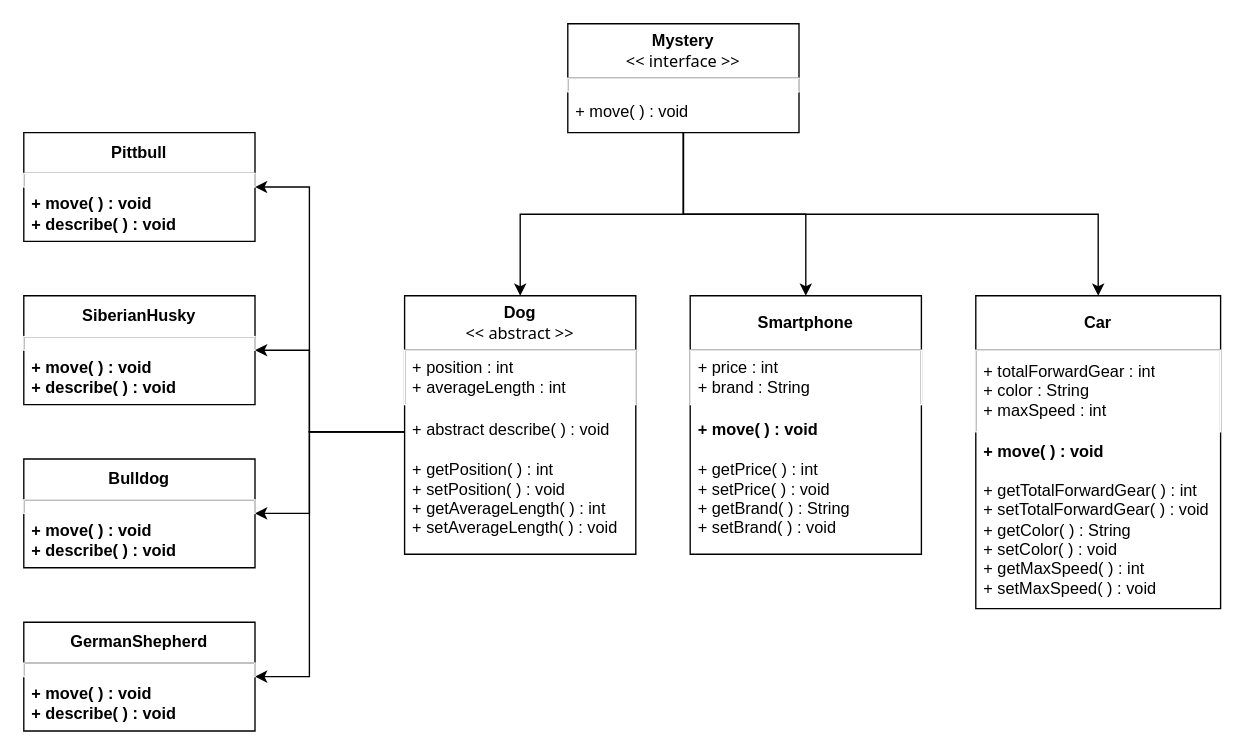
This is Tugas_LAB_PBO/TP_6/Task3_DiagramClass.drawio from CSE-9124/CSE_PBO, a draw.io file, before an edit. Source tidied: cells renumbered, new cells numbered last; positions are measured from the earlier drawing's top-left corner, leaving out a move shared by most shapes. Both pictures are drawn from the tidied source at 136%, with x=0, y=0 at pixel (23, 23).
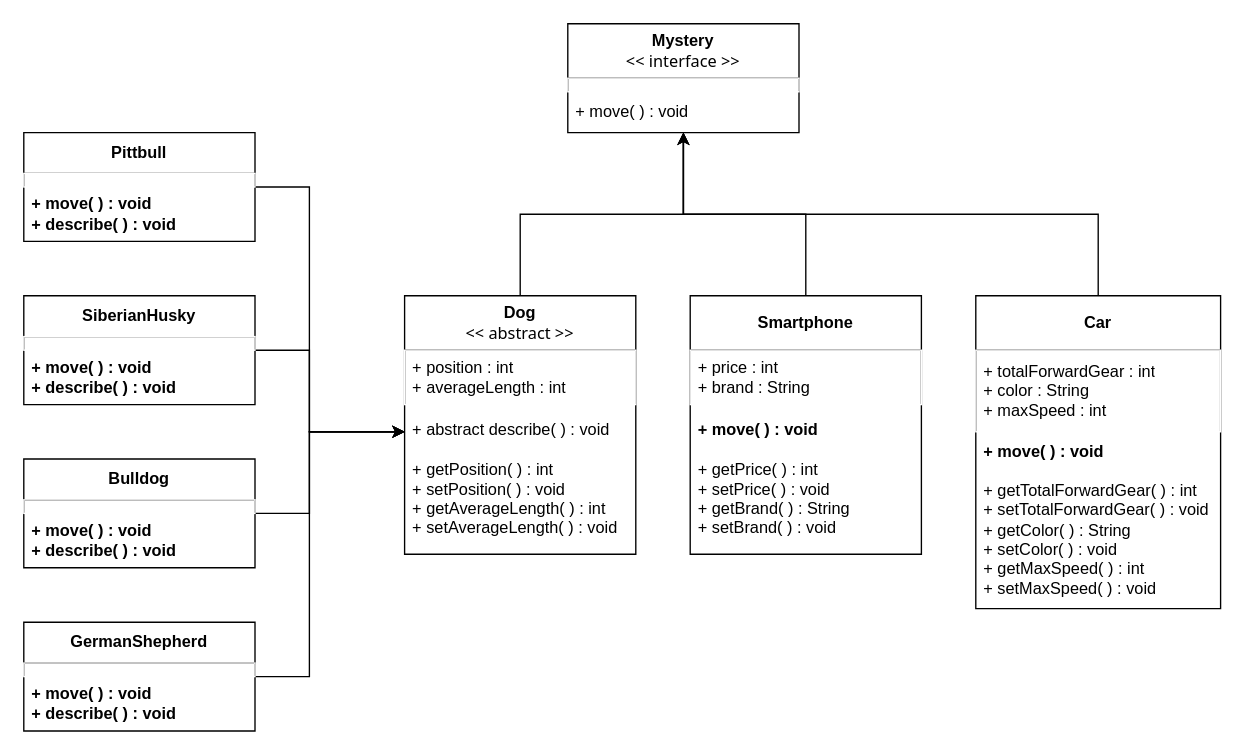
Above is the later version.

Commit message (it also covers changes not shown here):
Done Task Praktikum 6

The change refers to these unchanged cells:
```xml
<mxCell id="6" value="&lt;b&gt;Dog&lt;/b&gt;&lt;div&gt;&lt;font face=&quot;Tahoma&quot;&gt;&amp;lt;&amp;lt; abstract &amp;gt;&amp;gt;&lt;/font&gt;&lt;/div&gt;" style="swimlane;fontStyle=0;horizontal=1;startSize=40;whiteSpace=wrap;html=1;" parent="1" vertex="1">
  <mxGeometry x="280" y="200" width="170" height="190" as="geometry" />
</mxCell>
<mxCell id="9" value="&lt;b&gt;Pittbull&lt;/b&gt;" style="swimlane;fontStyle=0;horizontal=1;startSize=30;whiteSpace=wrap;html=1;" parent="1" vertex="1">
  <mxGeometry y="80" width="170" height="80" as="geometry" />
</mxCell>
<mxCell id="12" value="&lt;b&gt;SiberianHusky&lt;/b&gt;" style="swimlane;fontStyle=0;horizontal=1;startSize=30;whiteSpace=wrap;html=1;" parent="1" vertex="1">
  <mxGeometry y="200" width="170" height="80" as="geometry" />
</mxCell>
<mxCell id="15" value="&lt;b&gt;Bulldog&lt;/b&gt;" style="swimlane;fontStyle=0;horizontal=1;startSize=30;whiteSpace=wrap;html=1;" parent="1" vertex="1">
  <mxGeometry y="320" width="170" height="80" as="geometry" />
</mxCell>
<mxCell id="18" value="&lt;b&gt;GermanShepherd&lt;/b&gt;" style="swimlane;fontStyle=0;horizontal=1;startSize=30;whiteSpace=wrap;html=1;" parent="1" vertex="1">
  <mxGeometry y="440" width="170" height="80" as="geometry" />
</mxCell>
<mxCell id="21" value="&lt;b&gt;Smartphone&lt;/b&gt;" style="swimlane;fontStyle=0;horizontal=1;startSize=40;whiteSpace=wrap;html=1;" parent="1" vertex="1">
  <mxGeometry x="490" y="200" width="170" height="190" as="geometry" />
</mxCell>
<mxCell id="24" value="&lt;b&gt;Car&lt;/b&gt;" style="swimlane;fontStyle=0;horizontal=1;startSize=40;whiteSpace=wrap;html=1;" parent="1" vertex="1">
  <mxGeometry x="700" y="200" width="180" height="230" as="geometry" />
</mxCell>
<mxCell id="30" value="&lt;b&gt;Mystery&lt;/b&gt;&lt;div&gt;&lt;font face=&quot;Tahoma&quot;&gt;&amp;lt;&amp;lt; interface &amp;gt;&amp;gt;&lt;/font&gt;&lt;/div&gt;" style="swimlane;fontStyle=0;horizontal=1;startSize=40;whiteSpace=wrap;html=1;" parent="1" vertex="1">
  <mxGeometry x="400" width="170" height="80" as="geometry" />
</mxCell>
```

What changed in the source:
```diff
@@
-    <mxCell id="2" style="edgeStyle=orthogonalEdgeStyle;rounded=0;jettySize=auto;html=1;" parent="1" edge="1" source="6" target="9">
-      <mxGeometry relative="1" as="geometry">
-        <Array as="points">
-          <mxPoint x="210" y="300" />
-          <mxPoint x="210" y="120" />
-        </Array>
-      </mxGeometry>
-    </mxCell>
-    <mxCell id="3" style="edgeStyle=orthogonalEdgeStyle;rounded=0;jettySize=auto;html=1;" parent="1" edge="1" source="6" target="12">
-      <mxGeometry relative="1" as="geometry">
-        <Array as="points">
-          <mxPoint x="210" y="300" />
-          <mxPoint x="210" y="240" />
-        </Array>
-      </mxGeometry>
-    </mxCell>
-    <mxCell id="4" style="edgeStyle=orthogonalEdgeStyle;rounded=0;jettySize=auto;html=1;" parent="1" edge="1" source="6" target="15">
-      <mxGeometry relative="1" as="geometry">
-        <Array as="points">
-          <mxPoint x="210" y="300" />
-          <mxPoint x="210" y="360" />
-        </Array>
-      </mxGeometry>
-    </mxCell>
-    <mxCell id="5" style="edgeStyle=orthogonalEdgeStyle;rounded=0;jettySize=auto;html=1;" parent="1" edge="1" source="6" target="18">
-      <mxGeometry relative="1" as="geometry">
-        <Array as="points">
-          <mxPoint x="210" y="300" />
-          <mxPoint x="210" y="480" />
-        </Array>
-      </mxGeometry>
-    </mxCell>
+    <mxCell id="33" style="edgeStyle=orthogonalEdgeStyle;rounded=0;jettySize=auto;html=1;" parent="1" edge="1" source="6" target="30">
+      <mxGeometry relative="1" as="geometry" />
+    </mxCell>
@@
+    <mxCell id="34" style="edgeStyle=orthogonalEdgeStyle;rounded=0;jettySize=auto;html=1;" parent="1" edge="1" source="9" target="6">
+      <mxGeometry relative="1" as="geometry">
+        <Array as="points">
+          <mxPoint x="210" y="120" />
+          <mxPoint x="210" y="300" />
+        </Array>
+      </mxGeometry>
+    </mxCell>
@@
+    <mxCell id="35" style="edgeStyle=orthogonalEdgeStyle;rounded=0;jettySize=auto;html=1;" parent="1" edge="1" source="12" target="6">
+      <mxGeometry relative="1" as="geometry">
+        <Array as="points">
+          <mxPoint x="210" y="240" />
+          <mxPoint x="210" y="300" />
+        </Array>
+      </mxGeometry>
+    </mxCell>
@@
+    <mxCell id="36" style="edgeStyle=orthogonalEdgeStyle;rounded=0;jettySize=auto;html=1;" parent="1" edge="1" source="15" target="6">
+      <mxGeometry relative="1" as="geometry">
+        <Array as="points">
+          <mxPoint x="210" y="360" />
+          <mxPoint x="210" y="300" />
+        </Array>
+      </mxGeometry>
+    </mxCell>
@@
+    <mxCell id="37" style="edgeStyle=orthogonalEdgeStyle;rounded=0;jettySize=auto;html=1;" parent="1" edge="1" source="18" target="6">
+      <mxGeometry relative="1" as="geometry">
+        <Array as="points">
+          <mxPoint x="210" y="480" />
+          <mxPoint x="210" y="300" />
+        </Array>
+      </mxGeometry>
+    </mxCell>
@@
+    <mxCell id="38" style="edgeStyle=orthogonalEdgeStyle;rounded=0;jettySize=auto;html=1;" parent="1" edge="1" source="21" target="30">
+      <mxGeometry relative="1" as="geometry" />
+    </mxCell>
@@
+    <mxCell id="39" style="edgeStyle=orthogonalEdgeStyle;rounded=0;jettySize=auto;html=1;" parent="1" edge="1" source="24" target="30">
+      <mxGeometry relative="1" as="geometry">
+        <Array as="points">
+          <mxPoint x="790" y="140" />
+          <mxPoint x="485" y="140" />
+        </Array>
+      </mxGeometry>
+    </mxCell>
@@
-    <mxCell id="27" style="edgeStyle=orthogonalEdgeStyle;rounded=0;jettySize=auto;html=1;" parent="1" edge="1" source="30" target="6">
-      <mxGeometry relative="1" as="geometry" />
-    </mxCell>
-    <mxCell id="28" style="edgeStyle=orthogonalEdgeStyle;rounded=0;jettySize=auto;html=1;" parent="1" edge="1" source="30" target="21">
-      <mxGeometry relative="1" as="geometry" />
-    </mxCell>
-    <mxCell id="29" style="edgeStyle=orthogonalEdgeStyle;rounded=0;jettySize=auto;html=1;" parent="1" edge="1" source="30" target="24">
-      <mxGeometry relative="1" as="geometry">
-        <Array as="points">
-          <mxPoint x="485" y="140" />
-          <mxPoint x="790" y="140" />
-        </Array>
-      </mxGeometry>
-    </mxCell>
```
